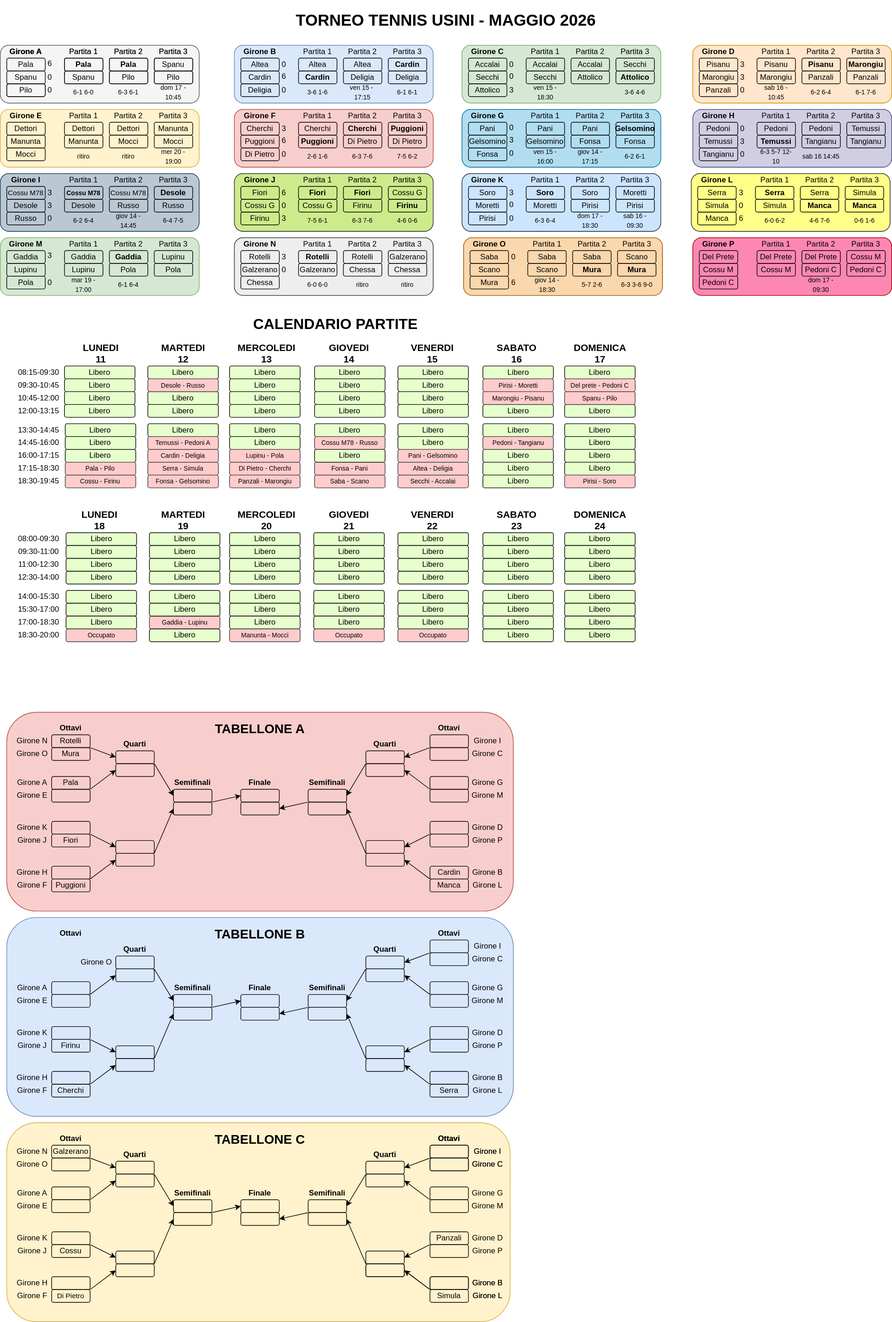
cscalaresu/tornei keeps this draw.io diagram as torneo-tennis-2026/tabellone.drawio.svg. Above is the earlier version. Source tidied: cells renumbered, new cells last; positions are measured from the earlier drawing's top-left corner, leaving out a move shared by most shapes.
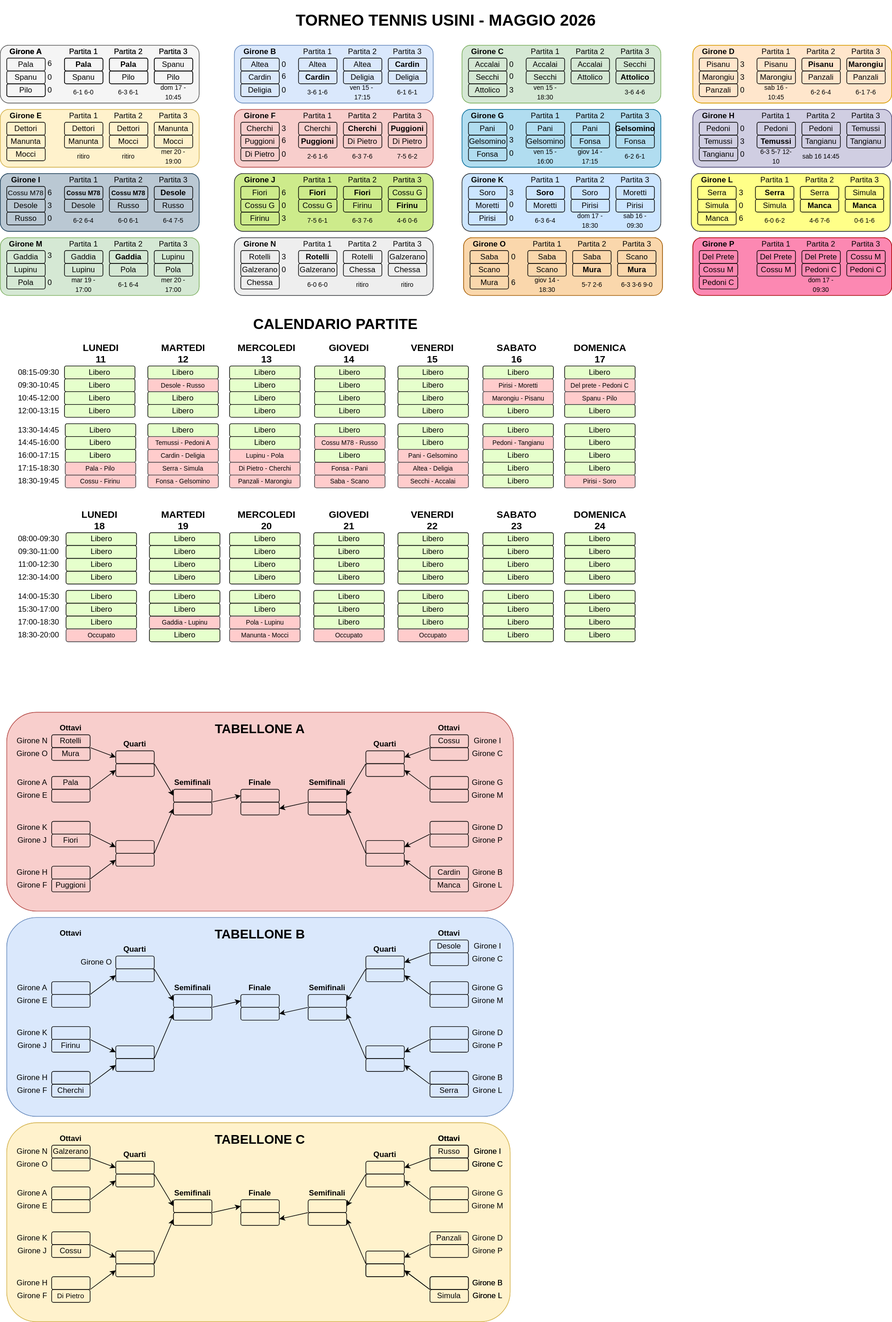
After the change.

Change to the diagram source:
```diff
@@ -170,7 +170,7 @@
     <mxCell id="57" value="&lt;font style=&quot;font-size: 10px;&quot;&gt;Cossu M78&lt;/font&gt;" style="rounded=1;whiteSpace=wrap;html=1;fillColor=none;fontStyle=1;" parent="1" vertex="1">
       <mxGeometry x="100" y="290" width="60" height="20" as="geometry" />
     </mxCell>
-    <mxCell id="58" value="&lt;span style=&quot;font-size: 11px;&quot;&gt;Cossu M78&lt;/span&gt;" style="rounded=1;whiteSpace=wrap;html=1;fillColor=none;fontStyle=0;" parent="1" vertex="1">
+    <mxCell id="58" value="&lt;font style=&quot;font-size: 10px;&quot;&gt;Cossu M78&lt;/font&gt;" style="rounded=1;whiteSpace=wrap;html=1;fillColor=none;fontStyle=1;" parent="1" vertex="1">
       <mxGeometry x="170" y="290" width="60" height="20" as="geometry" />
     </mxCell>
     <mxCell id="59" value="Russo" style="rounded=1;whiteSpace=wrap;html=1;fillColor=none;fontStyle=0;" parent="1" vertex="1">
@@ -1579,7 +1579,7 @@
     <mxCell id="524" value="&lt;b&gt;Semifinali&lt;/b&gt;" style="text;html=1;align=center;verticalAlign=middle;whiteSpace=wrap;rounded=0;" parent="1" vertex="1">
       <mxGeometry x="480" y="1205" width="60" height="30" as="geometry" />
     </mxCell>
-    <mxCell id="525" style="rounded=1;whiteSpace=wrap;html=1;fillColor=none;" parent="1" vertex="1">
+    <mxCell id="525" value="Cossu" style="rounded=1;whiteSpace=wrap;html=1;fillColor=none;" parent="1" vertex="1">
       <mxGeometry x="670" y="1145" width="60" height="20" as="geometry" />
     </mxCell>
     <mxCell id="526" style="rounded=1;whiteSpace=wrap;html=1;fillColor=none;" parent="1" vertex="1">
@@ -1776,7 +1776,7 @@
     <mxCell id="589" value="&lt;b&gt;Semifinali&lt;/b&gt;" style="text;html=1;align=center;verticalAlign=middle;whiteSpace=wrap;rounded=0;" parent="1" vertex="1">
       <mxGeometry x="480" y="1525" width="60" height="30" as="geometry" />
     </mxCell>
-    <mxCell id="590" style="rounded=1;whiteSpace=wrap;html=1;fillColor=none;" parent="1" vertex="1">
+    <mxCell id="590" value="Desole" style="rounded=1;whiteSpace=wrap;html=1;fillColor=none;" parent="1" vertex="1">
       <mxGeometry x="670" y="1465" width="60" height="20" as="geometry" />
     </mxCell>
     <mxCell id="591" style="rounded=1;whiteSpace=wrap;html=1;fillColor=none;" parent="1" vertex="1">
@@ -2060,7 +2060,7 @@
     <mxCell id="683" value="Girone C" style="text;html=1;align=center;verticalAlign=middle;whiteSpace=wrap;rounded=0;" parent="1" vertex="1">
       <mxGeometry x="730" y="1800" width="60" height="30" as="geometry" />
     </mxCell>
-    <mxCell id="684" style="rounded=1;whiteSpace=wrap;html=1;fillColor=none;" parent="1" vertex="1">
+    <mxCell id="684" value="Russo" style="rounded=1;whiteSpace=wrap;html=1;fillColor=none;" parent="1" vertex="1">
       <mxGeometry x="670" y="1785" width="60" height="20" as="geometry" />
     </mxCell>
     <mxCell id="685" style="rounded=1;whiteSpace=wrap;html=1;fillColor=none;" parent="1" vertex="1">
@@ -2255,7 +2255,7 @@
     <mxCell id="747" value="&lt;font style=&quot;font-size: 10px;&quot;&gt;4-6 7-6&lt;/font&gt;" style="text;html=1;whiteSpace=wrap;strokeColor=none;fillColor=none;align=center;verticalAlign=middle;rounded=0;" parent="1" vertex="1">
       <mxGeometry x="1247.5" y="330" width="60" height="25" as="geometry" />
     </mxCell>
-    <mxCell id="748" value="&lt;font style=&quot;font-size: 10px;&quot;&gt;giov 14 - 14:45&lt;/font&gt;" style="text;html=1;whiteSpace=wrap;strokeColor=none;fillColor=none;align=center;verticalAlign=middle;rounded=0;" parent="1" vertex="1">
+    <mxCell id="748" value="&lt;font style=&quot;font-size: 10px;&quot;&gt;6-0 6-1&lt;/font&gt;" style="text;html=1;whiteSpace=wrap;strokeColor=none;fillColor=none;align=center;verticalAlign=middle;rounded=0;" parent="1" vertex="1">
       <mxGeometry x="170" y="330" width="60" height="25" as="geometry" />
     </mxCell>
     <mxCell id="749" value="&lt;font style=&quot;font-size: 10px;&quot;&gt;Cossu M78 - Russo&lt;/font&gt;" style="rounded=1;whiteSpace=wrap;html=1;fillColor=#ffcccc;strokeColor=#36393d;" parent="1" vertex="1">
@@ -2399,7 +2399,7 @@
     <mxCell id="795" value="&lt;font style=&quot;font-size: 10px;&quot;&gt;ven 15 - 18:30&lt;/font&gt;" style="text;html=1;whiteSpace=wrap;strokeColor=none;fillColor=none;align=center;verticalAlign=middle;rounded=0;" parent="1" vertex="1">
       <mxGeometry x="820" y="130" width="60" height="25" as="geometry" />
     </mxCell>
-    <mxCell id="796" value="3" style="text;html=1;whiteSpace=wrap;strokeColor=none;fillColor=none;align=center;verticalAlign=middle;rounded=0;" parent="1" vertex="1">
+    <mxCell id="796" value="6" style="text;html=1;whiteSpace=wrap;strokeColor=none;fillColor=none;align=center;verticalAlign=middle;rounded=0;" parent="1" vertex="1">
       <mxGeometry x="70" y="287.5" width="15" height="25" as="geometry" />
     </mxCell>
     <mxCell id="797" value="3" style="text;html=1;whiteSpace=wrap;strokeColor=none;fillColor=none;align=center;verticalAlign=middle;rounded=0;" parent="1" vertex="1">
@@ -2594,9 +2594,6 @@
     <mxCell id="860" value="Libero" style="rounded=1;whiteSpace=wrap;html=1;fontStyle=0;fillColor=#E6FFCC;" parent="1" vertex="1">
       <mxGeometry x="357.5" y="850" width="110" height="20" as="geometry" />
     </mxCell>
-    <mxCell id="861" value="Libero" style="rounded=1;whiteSpace=wrap;html=1;fontStyle=0;fillColor=#E6FFCC;" parent="1" vertex="1">
-      <mxGeometry x="357.5" y="960" width="110" height="20" as="geometry" />
-    </mxCell>
     <mxCell id="862" value="Libero" style="rounded=1;whiteSpace=wrap;html=1;fontStyle=0;fillColor=#E6FFCC;" parent="1" vertex="1">
       <mxGeometry x="488.8" y="830" width="110" height="20" as="geometry" />
     </mxCell>
@@ -2714,5 +2711,11 @@
     <mxCell id="900" value="Libero" style="rounded=1;whiteSpace=wrap;html=1;fillColor=#E6FFCC;" parent="1" vertex="1">
       <mxGeometry x="490" y="700" width="110" height="20" as="geometry" />
     </mxCell>
+    <mxCell id="901" value="&lt;font style=&quot;font-size: 10px;&quot;&gt;mer 20 - 17:00&lt;/font&gt;" style="text;html=1;whiteSpace=wrap;strokeColor=none;fillColor=none;align=center;verticalAlign=middle;rounded=0;" parent="1" vertex="1">
+      <mxGeometry x="240" y="430" width="60" height="25" as="geometry" />
+    </mxCell>
+    <mxCell id="902" value="&lt;font style=&quot;font-size: 10px;&quot;&gt;Pola - Lupinu&lt;/font&gt;" style="rounded=1;whiteSpace=wrap;html=1;fillColor=#ffcccc;strokeColor=#36393d;" parent="1" vertex="1">
+      <mxGeometry x="357.5" y="960" width="110" height="20" as="geometry" />
+    </mxCell>
   </root>
 </mxGraphModel>
```
